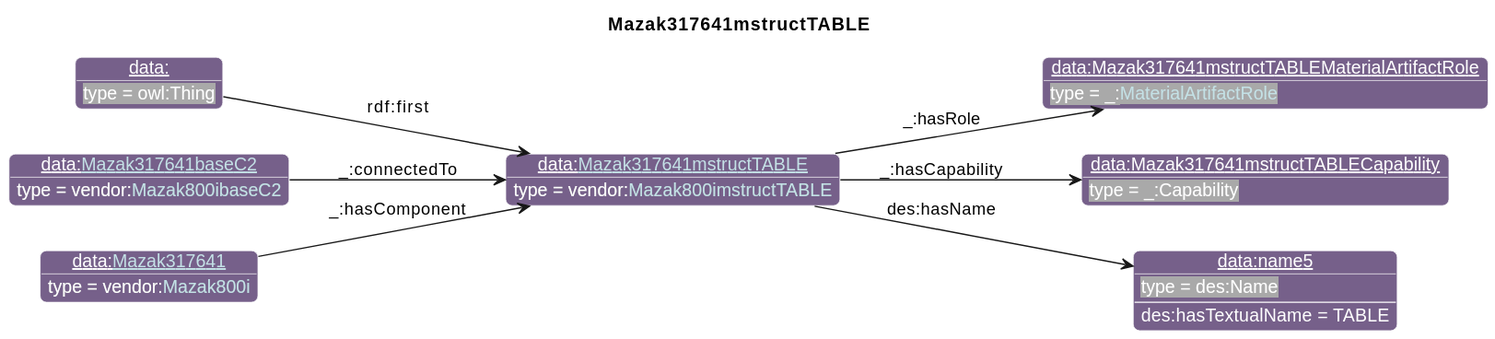
Earlier version of the PlantUML export diagrams/Mazak317641mstructTABLE.svg (iofoundry/example-syseng-mtconnect).
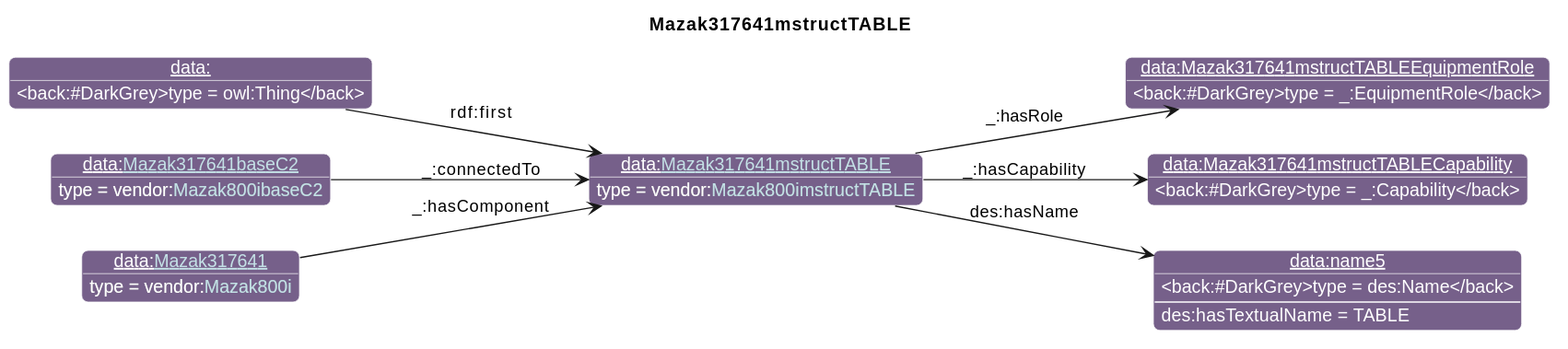
Later version of the same file.

Change to the diagram source:
```diff
@@ -26,7 +26,7 @@
                       "qp":"641B2E"
       }
 individual(o0, data:[[./Mazak317641mstructTABLE.html Mazak317641mstructTABLE]], vendor:[[../Mazak.html#Mazak800imstructTABLE Mazak800imstructTABLE]])
-individual(o1, data:Mazak317641mstructTABLEMaterialArtifactRole, _:[[../MTConnect.html#MaterialArtifactRole MaterialArtifactRole]])
+individual(o1, data:Mazak317641mstructTABLEEquipmentRole, _:EquipmentRole)
 individual(o2, data:Mazak317641mstructTABLECapability, _:Capability)
 individual(o3, data:name5, des:Name)
 individual(o4, data:, owl:Thing)
```
